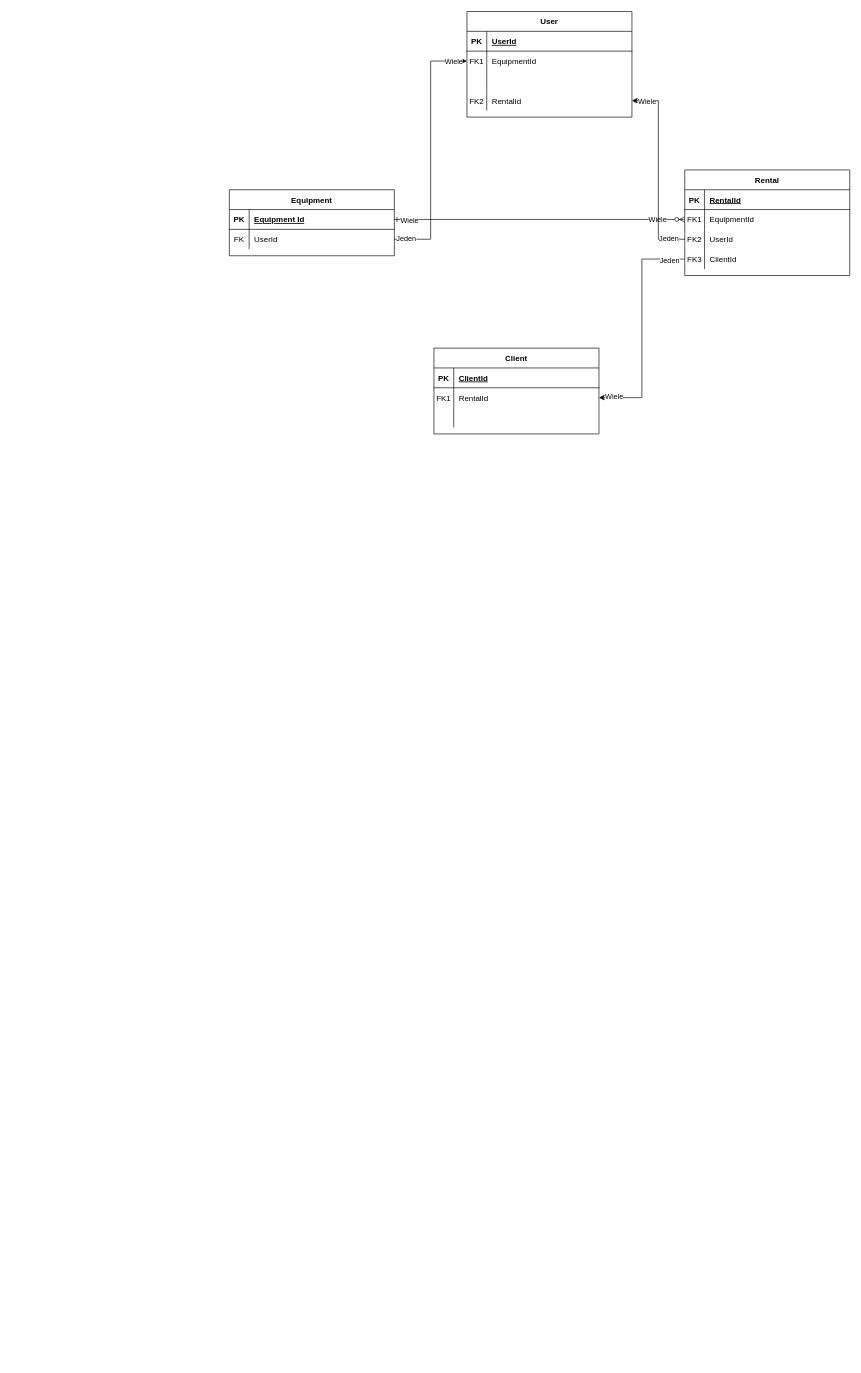
Above: Diagram bez tytułu.drawio in JakubBalon/RentalService1 (draw.io), before the change. Source tidied: cells renumbered, new cells numbered last; positions are measured from the earlier drawing's top-left corner, leaving out a move shared by most shapes. Both pictures are drawn from the tidied source at 66%, with x=0, y=0 at pixel (229, 11).
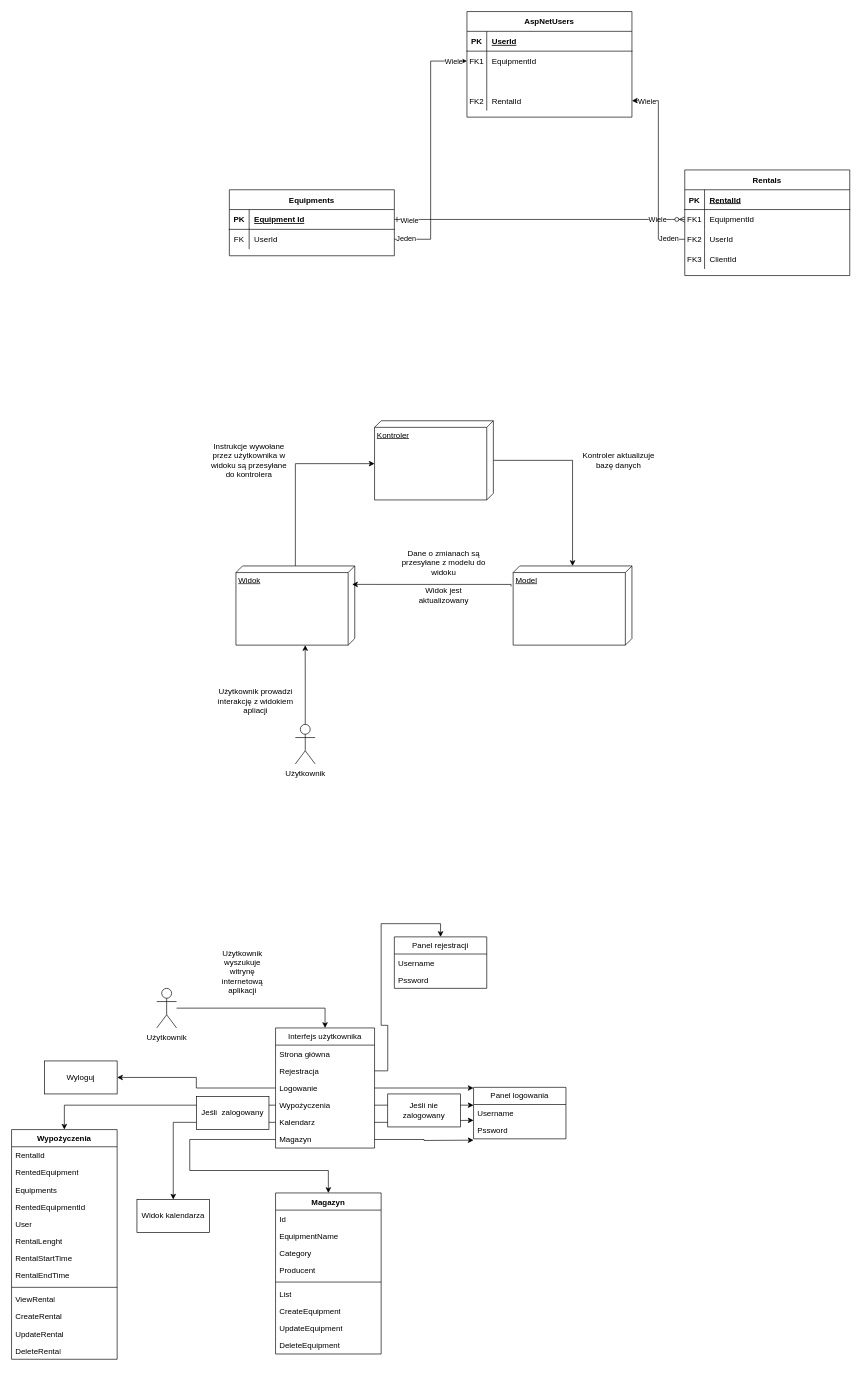
Above is the later version.

The change refers to these unchanged cells:
```xml
<mxCell id="15" style="shape=partialRectangle;fillColor=none;points=[[0,0.5],[1,0.5]];portConstraint=eastwest;top=0;left=0;right=0;bottom=0;" parent="5" vertex="1">
  <mxGeometry y="120" width="250" height="30" as="geometry" />
</mxCell>
```

Change to the diagram source:
```diff
@@
+    <mxCell id="57" style="edgeStyle=orthogonalEdgeStyle;rounded=0;jettySize=auto;html=1;exitX=0;exitY=0.5;exitDx=0;exitDy=0;entryX=0.5;entryY=0;entryDx=0;entryDy=0;" parent="1" edge="1" source="82" target="104">
+      <mxGeometry relative="1" as="geometry" />
+    </mxCell>
+    <mxCell id="58" style="edgeStyle=orthogonalEdgeStyle;rounded=0;jettySize=auto;html=1;exitX=1;exitY=0.5;exitDx=0;exitDy=0;" parent="1" edge="1" source="82">
+      <mxGeometry relative="1" as="geometry">
+        <mxPoint x="370" y="1680" as="targetPoint" />
+      </mxGeometry>
+    </mxCell>
@@
-    <mxCell id="5" value="Rental" style="shape=table;startSize=30;childLayout=tableLayout;rowLines=0;fontStyle=1;align=center;" parent="1" vertex="1">
+    <mxCell id="5" value="Rentals" style="shape=table;startSize=30;childLayout=tableLayout;rowLines=0;fontStyle=1;align=center;" parent="1" vertex="1">
       <mxGeometry x="690" y="240" width="250" height="160" as="geometry" />
     </mxCell>
@@
-    <mxCell id="18" value="User" style="shape=table;startSize=30;childLayout=tableLayout;rowLines=0;fontStyle=1;align=center;" parent="1" vertex="1">
+    <mxCell id="18" value="AspNetUsers" style="shape=table;startSize=30;childLayout=tableLayout;rowLines=0;fontStyle=1;align=center;" parent="1" vertex="1">
       <mxGeometry x="360" width="250" height="160" as="geometry" />
     </mxCell>
@@
-    <mxCell id="31" value="Equipment" style="shape=table;startSize=30;childLayout=tableLayout;rowLines=0;fontStyle=1;align=center;" parent="1" vertex="1">
+    <mxCell id="31" value="Equipments" style="shape=table;startSize=30;childLayout=tableLayout;rowLines=0;fontStyle=1;align=center;" parent="1" vertex="1">
       <mxGeometry y="270" width="250" height="100" as="geometry" />
     </mxCell>
@@
-    <mxCell id="38" value="Client" style="shape=table;startSize=30;childLayout=tableLayout;rowLines=0;fontStyle=1;align=center;" parent="1" vertex="1">
-      <mxGeometry x="310" y="510" width="250" height="130" as="geometry" />
-    </mxCell>
-    <mxCell id="39" style="shape=partialRectangle;fillColor=none;top=0;left=0;right=0;bottom=1;" parent="38" vertex="1">
-      <mxGeometry y="30" width="250" height="30" as="geometry" />
-    </mxCell>
-    <mxCell id="40" value="PK" style="shape=partialRectangle;overflow=hidden;fillColor=none;top=0;left=0;bottom=0;right=0;fontStyle=1;" parent="39" vertex="1">
-      <mxGeometry width="30" height="30" as="geometry" />
-    </mxCell>
-    <mxCell id="41" value="ClientId" style="shape=partialRectangle;overflow=hidden;fillColor=none;top=0;left=0;bottom=0;right=0;align=left;spacingLeft=6;fontStyle=5;" parent="39" vertex="1">
-      <mxGeometry x="30" width="220" height="30" as="geometry" />
-    </mxCell>
-    <mxCell id="42" style="shape=partialRectangle;fillColor=none;points=[[0,0.5],[1,0.5]];portConstraint=eastwest;top=0;left=0;right=0;bottom=0;" parent="38" vertex="1">
-      <mxGeometry y="60" width="250" height="30" as="geometry" />
-    </mxCell>
-    <mxCell id="43" value="FK1" style="shape=partialRectangle;overflow=hidden;fillColor=none;top=0;left=0;bottom=0;right=0;" parent="42" vertex="1">
-      <mxGeometry width="30" height="30" as="geometry" />
-    </mxCell>
-    <mxCell id="44" value="RentalId" style="shape=partialRectangle;overflow=hidden;fillColor=none;top=0;left=0;bottom=0;right=0;align=left;spacingLeft=6;" parent="42" vertex="1">
-      <mxGeometry x="30" width="220" height="30" as="geometry" />
-    </mxCell>
-    <mxCell id="45" style="shape=partialRectangle;fillColor=none;top=0;left=0;right=0;bottom=0;" parent="38" vertex="1">
-      <mxGeometry y="90" width="250" height="30" as="geometry" />
-    </mxCell>
-    <mxCell id="46" style="shape=partialRectangle;overflow=hidden;fillColor=none;top=0;left=0;bottom=0;right=0;" parent="45" vertex="1">
-      <mxGeometry width="30" height="30" as="geometry" />
-    </mxCell>
-    <mxCell id="47" style="shape=partialRectangle;overflow=hidden;fillColor=none;top=0;left=0;bottom=0;right=0;align=left;spacingLeft=6;" parent="45" vertex="1">
-      <mxGeometry x="30" width="220" height="30" as="geometry" />
-    </mxCell>
@@
-    <mxCell id="54" style="edgeStyle=orthogonalEdgeStyle;rounded=0;jettySize=auto;html=1;entryX=1;entryY=0.5;entryDx=0;entryDy=0;" parent="1" edge="1" source="15" target="42">
-      <mxGeometry relative="1" as="geometry" />
-    </mxCell>
-    <mxCell id="55" value="Wiele" style="edgeLabel;html=1;align=center;verticalAlign=middle;" parent="54" vertex="1">
-      <mxGeometry x="0.87" y="-3" relative="1" as="geometry" />
-    </mxCell>
-    <mxCell id="56" value="Jeden" style="edgeLabel;html=1;align=center;verticalAlign=middle;" parent="54" vertex="1">
-      <mxGeometry x="-0.86" y="2" relative="1" as="geometry" />
-    </mxCell>
+    <mxCell id="59" style="edgeStyle=orthogonalEdgeStyle;rounded=0;jettySize=auto;html=1;" parent="1" edge="1" source="60" target="63">
+      <mxGeometry relative="1" as="geometry" />
+    </mxCell>
+    <mxCell id="60" value="Kontroler" style="verticalAlign=top;align=left;spacingTop=8;spacingLeft=2;spacingRight=12;shape=cube;size=10;direction=south;fontStyle=4;html=1;whiteSpace=wrap;" parent="1" vertex="1">
+      <mxGeometry x="220" y="620" width="180" height="120" as="geometry" />
+    </mxCell>
+    <mxCell id="61" value="Widok" style="verticalAlign=top;align=left;spacingTop=8;spacingLeft=2;spacingRight=12;shape=cube;size=10;direction=south;fontStyle=4;html=1;whiteSpace=wrap;" parent="1" vertex="1">
+      <mxGeometry x="10" y="840" width="180" height="120" as="geometry" />
+    </mxCell>
+    <mxCell id="62" style="edgeStyle=orthogonalEdgeStyle;rounded=0;jettySize=auto;html=1;exitX=0.258;exitY=1.017;exitDx=0;exitDy=0;exitPerimeter=0;entryX=0.233;entryY=0.022;entryDx=0;entryDy=0;entryPerimeter=0;" parent="1" edge="1" source="63" target="61">
+      <mxGeometry relative="1" as="geometry">
+        <Array as="points">
+          <mxPoint x="427" y="868" />
+        </Array>
+      </mxGeometry>
+    </mxCell>
+    <mxCell id="63" value="Model" style="verticalAlign=top;align=left;spacingTop=8;spacingLeft=2;spacingRight=12;shape=cube;size=10;direction=south;fontStyle=4;html=1;whiteSpace=wrap;" parent="1" vertex="1">
+      <mxGeometry x="430" y="840" width="180" height="120" as="geometry" />
+    </mxCell>
+    <mxCell id="64" value="Kontroler aktualizuje bazę danych" style="text;html=1;align=center;verticalAlign=middle;whiteSpace=wrap;rounded=0;" parent="1" vertex="1">
+      <mxGeometry x="530" y="665" width="120" height="30" as="geometry" />
+    </mxCell>
+    <mxCell id="65" value="Użytkownik" style="shape=umlActor;verticalLabelPosition=bottom;verticalAlign=top;html=1;" parent="1" vertex="1">
+      <mxGeometry x="100" y="1080" width="30" height="60" as="geometry" />
+    </mxCell>
+    <mxCell id="66" style="edgeStyle=orthogonalEdgeStyle;rounded=0;jettySize=auto;html=1;entryX=1;entryY=0.417;entryDx=0;entryDy=0;entryPerimeter=0;" parent="1" edge="1" source="65" target="61">
+      <mxGeometry relative="1" as="geometry" />
+    </mxCell>
+    <mxCell id="67" value="Użytkownik prowadzi interakcję z widokiem apliacji" style="text;html=1;align=center;verticalAlign=middle;whiteSpace=wrap;rounded=0;" parent="1" vertex="1">
+      <mxGeometry x="-20" y="1030" width="120" height="30" as="geometry" />
+    </mxCell>
+    <mxCell id="68" style="edgeStyle=orthogonalEdgeStyle;rounded=0;jettySize=auto;html=1;entryX=0;entryY=0;entryDx=65;entryDy=180;entryPerimeter=0;" parent="1" edge="1" source="61" target="60">
+      <mxGeometry relative="1" as="geometry">
+        <Array as="points">
+          <mxPoint x="100" y="685" />
+        </Array>
+      </mxGeometry>
+    </mxCell>
+    <mxCell id="69" value="Instrukcje wywołane przez użytkownika w widoku są przesyłane do kontrolera" style="text;html=1;align=center;verticalAlign=middle;whiteSpace=wrap;rounded=0;" parent="1" vertex="1">
+      <mxGeometry x="-30" y="665" width="120" height="30" as="geometry" />
+    </mxCell>
+    <mxCell id="70" value="Dane o zmianach są przesyłane z modelu do widoku" style="text;html=1;align=center;verticalAlign=middle;whiteSpace=wrap;rounded=0;" parent="1" vertex="1">
+      <mxGeometry x="250" y="820" width="150" height="30" as="geometry" />
+    </mxCell>
+    <mxCell id="71" value="Widok jest aktualizowany" style="text;html=1;align=center;verticalAlign=middle;whiteSpace=wrap;rounded=0;" parent="1" vertex="1">
+      <mxGeometry x="295" y="870" width="60" height="30" as="geometry" />
+    </mxCell>
+    <mxCell id="72" value="Użytkownik" style="shape=umlActor;verticalLabelPosition=bottom;verticalAlign=top;html=1;" parent="1" vertex="1">
+      <mxGeometry x="-110" y="1480" width="30" height="60" as="geometry" />
+    </mxCell>
+    <mxCell id="73" value="Użytkownik wyszukuje witrynę internetową aplikacji" style="text;html=1;align=center;verticalAlign=middle;whiteSpace=wrap;rounded=0;" parent="1" vertex="1">
+      <mxGeometry x="-10" y="1440" width="60" height="30" as="geometry" />
+    </mxCell>
+    <mxCell id="74" style="edgeStyle=orthogonalEdgeStyle;rounded=0;jettySize=auto;html=1;entryX=0.5;entryY=0;entryDx=0;entryDy=0;" parent="1" edge="1" source="72" target="75">
+      <mxGeometry relative="1" as="geometry" />
+    </mxCell>
+    <mxCell id="75" value="Interfejs użytkownika" style="swimlane;fontStyle=0;horizontal=1;startSize=26;fillColor=none;whiteSpace=wrap;html=1;" parent="1" vertex="1">
+      <mxGeometry x="70" y="1540" width="150" height="182" as="geometry" />
+    </mxCell>
+    <mxCell id="76" value="Strona główna" style="text;strokeColor=none;fillColor=none;align=left;verticalAlign=top;spacingLeft=4;spacingRight=4;overflow=hidden;whiteSpace=wrap;html=1;" parent="75" vertex="1">
+      <mxGeometry y="26" width="150" height="26" as="geometry" />
+    </mxCell>
+    <mxCell id="77" value="Rejestracja" style="text;strokeColor=none;fillColor=none;align=left;verticalAlign=top;spacingLeft=4;spacingRight=4;overflow=hidden;points=[[0,0.5],[1,0.5]];portConstraint=eastwest;whiteSpace=wrap;html=1;" parent="75" vertex="1">
+      <mxGeometry y="52" width="150" height="26" as="geometry" />
+    </mxCell>
+    <mxCell id="78" style="edgeStyle=orthogonalEdgeStyle;rounded=0;jettySize=auto;html=1;" parent="75" edge="1" source="79">
+      <mxGeometry relative="1" as="geometry">
+        <mxPoint x="300" y="91" as="targetPoint" />
+      </mxGeometry>
+    </mxCell>
+    <mxCell id="79" value="Logowanie" style="text;strokeColor=none;fillColor=none;align=left;verticalAlign=top;spacingLeft=4;spacingRight=4;overflow=hidden;points=[[0,0.5],[1,0.5]];portConstraint=eastwest;whiteSpace=wrap;html=1;" parent="75" vertex="1">
+      <mxGeometry y="78" width="150" height="26" as="geometry" />
+    </mxCell>
+    <mxCell id="80" style="edgeStyle=orthogonalEdgeStyle;rounded=0;jettySize=auto;html=1;" parent="75" edge="1" source="81">
+      <mxGeometry relative="1" as="geometry">
+        <mxPoint x="300" y="117" as="targetPoint" />
+      </mxGeometry>
+    </mxCell>
+    <mxCell id="81" value="Wypożyczenia" style="text;strokeColor=none;fillColor=none;align=left;verticalAlign=top;spacingLeft=4;spacingRight=4;overflow=hidden;points=[[0,0.5],[1,0.5]];portConstraint=eastwest;whiteSpace=wrap;html=1;" parent="75" vertex="1">
+      <mxGeometry y="104" width="150" height="26" as="geometry" />
+    </mxCell>
+    <mxCell id="82" value="Kalendarz" style="text;strokeColor=none;fillColor=none;align=left;verticalAlign=top;spacingLeft=4;spacingRight=4;overflow=hidden;points=[[0,0.5],[1,0.5]];portConstraint=eastwest;whiteSpace=wrap;html=1;" parent="75" vertex="1">
+      <mxGeometry y="130" width="150" height="26" as="geometry" />
+    </mxCell>
+    <mxCell id="83" style="edgeStyle=orthogonalEdgeStyle;rounded=0;jettySize=auto;html=1;" parent="75" edge="1" source="84">
+      <mxGeometry relative="1" as="geometry">
+        <mxPoint x="300" y="170" as="targetPoint" />
+      </mxGeometry>
+    </mxCell>
+    <mxCell id="84" value="Magazyn" style="text;strokeColor=none;fillColor=none;align=left;verticalAlign=top;spacingLeft=4;spacingRight=4;overflow=hidden;points=[[0,0.5],[1,0.5]];portConstraint=eastwest;whiteSpace=wrap;html=1;" parent="75" vertex="1">
+      <mxGeometry y="156" width="150" height="26" as="geometry" />
+    </mxCell>
+    <mxCell id="85" value="Panel logowania" style="swimlane;fontStyle=0;horizontal=1;startSize=26;fillColor=none;whiteSpace=wrap;html=1;" parent="1" vertex="1">
+      <mxGeometry x="370" y="1630" width="140" height="78" as="geometry" />
+    </mxCell>
+    <mxCell id="86" value="Username" style="text;strokeColor=none;fillColor=none;align=left;verticalAlign=top;spacingLeft=4;spacingRight=4;overflow=hidden;whiteSpace=wrap;html=1;" parent="85" vertex="1">
+      <mxGeometry y="26" width="140" height="26" as="geometry" />
+    </mxCell>
+    <mxCell id="87" value="Pssword" style="text;strokeColor=none;fillColor=none;align=left;verticalAlign=top;spacingLeft=4;spacingRight=4;overflow=hidden;whiteSpace=wrap;html=1;" parent="85" vertex="1">
+      <mxGeometry y="52" width="140" height="26" as="geometry" />
+    </mxCell>
+    <mxCell id="88" value="Jeśli nie zalogowany" style="html=1;whiteSpace=wrap;" parent="1" vertex="1">
+      <mxGeometry x="240" y="1640" width="110" height="50" as="geometry" />
+    </mxCell>
+    <mxCell id="89" value="Wyloguj" style="html=1;whiteSpace=wrap;" parent="1" vertex="1">
+      <mxGeometry x="-280" y="1590" width="110" height="50" as="geometry" />
+    </mxCell>
+    <mxCell id="90" style="edgeStyle=orthogonalEdgeStyle;rounded=0;jettySize=auto;html=1;" parent="1" edge="1" source="79" target="89">
+      <mxGeometry relative="1" as="geometry" />
+    </mxCell>
+    <mxCell id="91" value="Magazyn" style="swimlane;fontStyle=1;align=center;verticalAlign=top;horizontal=1;startSize=26;whiteSpace=wrap;html=1;" parent="1" vertex="1">
+      <mxGeometry x="70" y="1790" width="160" height="244" as="geometry" />
+    </mxCell>
+    <mxCell id="92" value="Id" style="text;strokeColor=none;fillColor=none;align=left;verticalAlign=top;spacingLeft=4;spacingRight=4;overflow=hidden;whiteSpace=wrap;html=1;" parent="91" vertex="1">
+      <mxGeometry y="26" width="160" height="26" as="geometry" />
+    </mxCell>
+    <mxCell id="93" value="EquipmentName" style="text;strokeColor=none;fillColor=none;align=left;verticalAlign=top;spacingLeft=4;spacingRight=4;overflow=hidden;whiteSpace=wrap;html=1;" parent="91" vertex="1">
+      <mxGeometry y="52" width="160" height="26" as="geometry" />
+    </mxCell>
+    <mxCell id="94" value="Category" style="text;strokeColor=none;fillColor=none;align=left;verticalAlign=top;spacingLeft=4;spacingRight=4;overflow=hidden;whiteSpace=wrap;html=1;" parent="91" vertex="1">
+      <mxGeometry y="78" width="160" height="26" as="geometry" />
+    </mxCell>
+    <mxCell id="95" value="Producent" style="text;strokeColor=none;fillColor=none;align=left;verticalAlign=top;spacingLeft=4;spacingRight=4;overflow=hidden;whiteSpace=wrap;html=1;" parent="91" vertex="1">
+      <mxGeometry y="104" width="160" height="26" as="geometry" />
+    </mxCell>
+    <mxCell id="96" style="line;strokeWidth=1;fillColor=none;align=left;verticalAlign=middle;spacingTop=-1;spacingLeft=3;spacingRight=3;labelPosition=right;strokeColor=inherit;" parent="91" vertex="1">
+      <mxGeometry y="130" width="160" height="10" as="geometry" />
+    </mxCell>
+    <mxCell id="97" value="List&lt;div&gt;&lt;br&gt;&lt;/div&gt;" style="text;strokeColor=none;fillColor=none;align=left;verticalAlign=top;spacingLeft=4;spacingRight=4;overflow=hidden;whiteSpace=wrap;html=1;" parent="91" vertex="1">
+      <mxGeometry y="140" width="160" height="26" as="geometry" />
+    </mxCell>
+    <mxCell id="98" value="&lt;div&gt;CreateEquipment&lt;/div&gt;" style="text;strokeColor=none;fillColor=none;align=left;verticalAlign=top;spacingLeft=4;spacingRight=4;overflow=hidden;whiteSpace=wrap;html=1;" parent="91" vertex="1">
+      <mxGeometry y="166" width="160" height="26" as="geometry" />
+    </mxCell>
+    <mxCell id="99" value="&lt;div&gt;UpdateEquipment&lt;/div&gt;" style="text;strokeColor=none;fillColor=none;align=left;verticalAlign=top;spacingLeft=4;spacingRight=4;overflow=hidden;whiteSpace=wrap;html=1;" parent="91" vertex="1">
+      <mxGeometry y="192" width="160" height="26" as="geometry" />
+    </mxCell>
+    <mxCell id="100" value="&lt;div&gt;DeleteEquipment&lt;/div&gt;" style="text;strokeColor=none;fillColor=none;align=left;verticalAlign=top;spacingLeft=4;spacingRight=4;overflow=hidden;whiteSpace=wrap;html=1;" parent="91" vertex="1">
+      <mxGeometry y="218" width="160" height="26" as="geometry" />
+    </mxCell>
+    <mxCell id="101" value="Panel rejestracji" style="swimlane;fontStyle=0;horizontal=1;startSize=26;fillColor=none;whiteSpace=wrap;html=1;" parent="1" vertex="1">
+      <mxGeometry x="250" y="1402" width="140" height="78" as="geometry" />
+    </mxCell>
+    <mxCell id="102" value="Username" style="text;strokeColor=none;fillColor=none;align=left;verticalAlign=top;spacingLeft=4;spacingRight=4;overflow=hidden;whiteSpace=wrap;html=1;" parent="101" vertex="1">
+      <mxGeometry y="26" width="140" height="26" as="geometry" />
+    </mxCell>
+    <mxCell id="103" value="Pssword" style="text;strokeColor=none;fillColor=none;align=left;verticalAlign=top;spacingLeft=4;spacingRight=4;overflow=hidden;whiteSpace=wrap;html=1;" parent="101" vertex="1">
+      <mxGeometry y="52" width="140" height="26" as="geometry" />
+    </mxCell>
+    <mxCell id="104" value="Widok kalendarza" style="html=1;whiteSpace=wrap;" parent="1" vertex="1">
+      <mxGeometry x="-140" y="1800" width="110" height="50" as="geometry" />
+    </mxCell>
+    <mxCell id="105" value="Wypożyczenia" style="swimlane;fontStyle=1;align=center;verticalAlign=top;horizontal=1;startSize=26;whiteSpace=wrap;html=1;" parent="1" vertex="1">
+      <mxGeometry x="-330" y="1694" width="160" height="348" as="geometry" />
+    </mxCell>
+    <mxCell id="44" value="RentalId" style="text;strokeColor=none;fillColor=none;align=left;verticalAlign=top;spacingLeft=4;spacingRight=4;overflow=hidden;whiteSpace=wrap;html=1;" parent="105" vertex="1">
+      <mxGeometry y="26" width="160" height="26" as="geometry" />
+    </mxCell>
+    <mxCell id="106" value="RentedEquipment&lt;div&gt;&lt;br&gt;&lt;/div&gt;" style="text;strokeColor=none;fillColor=none;align=left;verticalAlign=top;spacingLeft=4;spacingRight=4;overflow=hidden;whiteSpace=wrap;html=1;" parent="105" vertex="1">
+      <mxGeometry y="52" width="160" height="26" as="geometry" />
+    </mxCell>
+    <mxCell id="107" value="Equipments" style="text;strokeColor=none;fillColor=none;align=left;verticalAlign=top;spacingLeft=4;spacingRight=4;overflow=hidden;whiteSpace=wrap;html=1;" parent="105" vertex="1">
+      <mxGeometry y="78" width="160" height="26" as="geometry" />
+    </mxCell>
+    <mxCell id="108" value="RentedEquipmentId" style="text;strokeColor=none;fillColor=none;align=left;verticalAlign=top;spacingLeft=4;spacingRight=4;overflow=hidden;whiteSpace=wrap;html=1;" parent="105" vertex="1">
+      <mxGeometry y="104" width="160" height="26" as="geometry" />
+    </mxCell>
+    <mxCell id="109" value="User" style="text;strokeColor=none;fillColor=none;align=left;verticalAlign=top;spacingLeft=4;spacingRight=4;overflow=hidden;whiteSpace=wrap;html=1;" parent="105" vertex="1">
+      <mxGeometry y="130" width="160" height="26" as="geometry" />
+    </mxCell>
+    <mxCell id="110" value="RentalLenght" style="text;strokeColor=none;fillColor=none;align=left;verticalAlign=top;spacingLeft=4;spacingRight=4;overflow=hidden;whiteSpace=wrap;html=1;" parent="105" vertex="1">
+      <mxGeometry y="156" width="160" height="26" as="geometry" />
+    </mxCell>
+    <mxCell id="111" value="RentalStartTime" style="text;strokeColor=none;fillColor=none;align=left;verticalAlign=top;spacingLeft=4;spacingRight=4;overflow=hidden;whiteSpace=wrap;html=1;" parent="105" vertex="1">
+      <mxGeometry y="182" width="160" height="26" as="geometry" />
+    </mxCell>
+    <mxCell id="112" value="RentalEndTime" style="text;strokeColor=none;fillColor=none;align=left;verticalAlign=top;spacingLeft=4;spacingRight=4;overflow=hidden;whiteSpace=wrap;html=1;" parent="105" vertex="1">
+      <mxGeometry y="208" width="160" height="26" as="geometry" />
+    </mxCell>
+    <mxCell id="113" style="line;strokeWidth=1;fillColor=none;align=left;verticalAlign=middle;spacingTop=-1;spacingLeft=3;spacingRight=3;labelPosition=right;strokeColor=inherit;" parent="105" vertex="1">
+      <mxGeometry y="234" width="160" height="10" as="geometry" />
+    </mxCell>
+    <mxCell id="114" value="&lt;div&gt;ViewRental&lt;/div&gt;" style="text;strokeColor=none;fillColor=none;align=left;verticalAlign=top;spacingLeft=4;spacingRight=4;overflow=hidden;whiteSpace=wrap;html=1;" parent="105" vertex="1">
+      <mxGeometry y="244" width="160" height="26" as="geometry" />
+    </mxCell>
+    <mxCell id="115" value="&lt;div&gt;CreateRental&lt;/div&gt;" style="text;strokeColor=none;fillColor=none;align=left;verticalAlign=top;spacingLeft=4;spacingRight=4;overflow=hidden;whiteSpace=wrap;html=1;" parent="105" vertex="1">
+      <mxGeometry y="270" width="160" height="26" as="geometry" />
+    </mxCell>
+    <mxCell id="116" value="&lt;div&gt;UpdateRental&lt;/div&gt;" style="text;strokeColor=none;fillColor=none;align=left;verticalAlign=top;spacingLeft=4;spacingRight=4;overflow=hidden;whiteSpace=wrap;html=1;" parent="105" vertex="1">
+      <mxGeometry y="296" width="160" height="26" as="geometry" />
+    </mxCell>
+    <mxCell id="117" value="&lt;div&gt;DeleteRental&lt;/div&gt;" style="text;strokeColor=none;fillColor=none;align=left;verticalAlign=top;spacingLeft=4;spacingRight=4;overflow=hidden;whiteSpace=wrap;html=1;" parent="105" vertex="1">
+      <mxGeometry y="322" width="160" height="26" as="geometry" />
+    </mxCell>
+    <mxCell id="118" style="edgeStyle=orthogonalEdgeStyle;rounded=0;jettySize=auto;html=1;entryX=0.5;entryY=0;entryDx=0;entryDy=0;" parent="1" edge="1" source="84" target="91">
+      <mxGeometry relative="1" as="geometry">
+        <Array as="points">
+          <mxPoint x="-60" y="1709" />
+          <mxPoint x="-60" y="1756" />
+          <mxPoint x="150" y="1756" />
+        </Array>
+      </mxGeometry>
+    </mxCell>
+    <mxCell id="119" style="edgeStyle=orthogonalEdgeStyle;rounded=0;jettySize=auto;html=1;entryX=0.5;entryY=0;entryDx=0;entryDy=0;" parent="1" edge="1" source="77" target="101">
+      <mxGeometry relative="1" as="geometry" />
+    </mxCell>
+    <mxCell id="120" style="edgeStyle=orthogonalEdgeStyle;rounded=0;jettySize=auto;html=1;exitX=0;exitY=0.5;exitDx=0;exitDy=0;entryX=0.5;entryY=0;entryDx=0;entryDy=0;" parent="1" edge="1" source="81" target="105">
+      <mxGeometry relative="1" as="geometry" />
+    </mxCell>
+    <mxCell id="121" value="Jeśli&amp;nbsp; zalogowany" style="html=1;whiteSpace=wrap;" parent="1" vertex="1">
+      <mxGeometry x="-50" y="1644" width="110" height="50" as="geometry" />
+    </mxCell>
```
